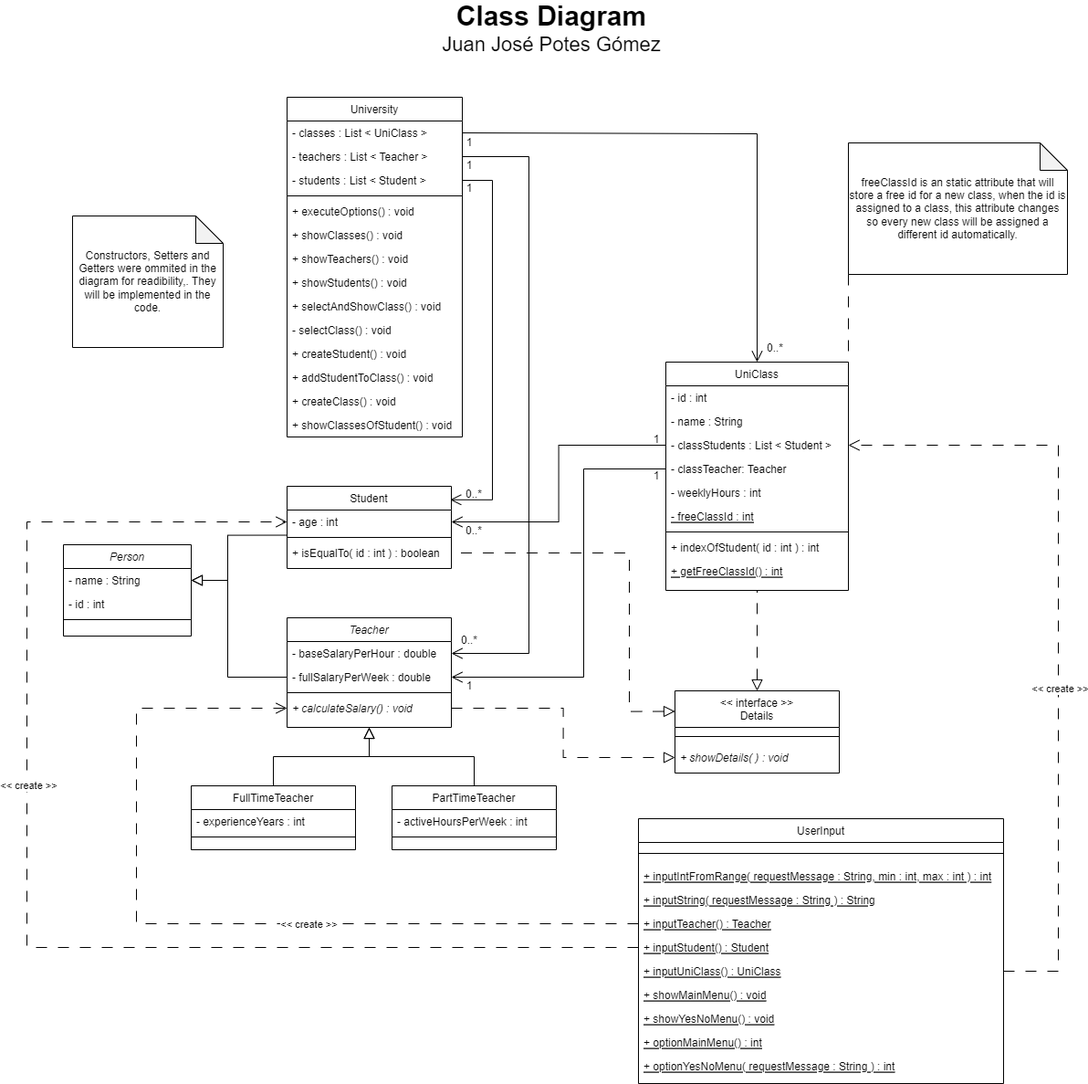
The draw.io diagram ClassDiagram_Juan Potes.png in J-Potes-GLB/JuanPotes_ProjectUniversity, before a commit. Source tidied: cells renumbered, new cells last; positions are measured from the earlier drawing's top-left corner, leaving out a move shared by most shapes.
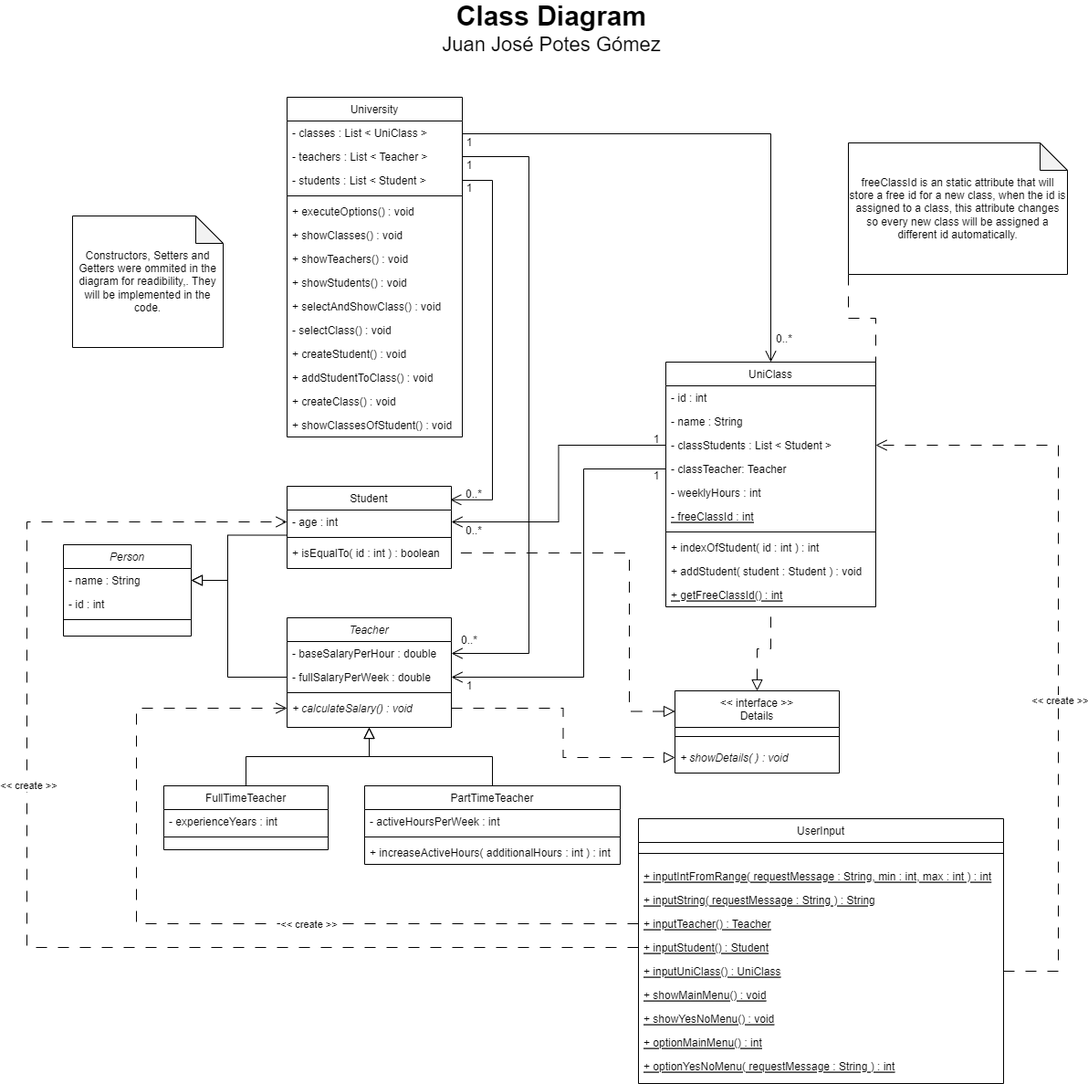
The same diagram one commit later.

Change to the diagram source:
```diff
@@ -1,4 +1,4 @@
-<mxGraphModel>
+<mxGraphModel background="#ffffff">
   <root>
     <mxCell id="0" />
     <mxCell id="1" parent="0" />
@@ -90,7 +90,7 @@
       <mxGeometry relative="1" as="geometry" />
     </mxCell>
     <mxCell id="31" value="FullTimeTeacher" style="swimlane;fontStyle=0;align=center;verticalAlign=top;horizontal=1;startSize=26;rounded=0;shadow=0;strokeWidth=1;" parent="1" vertex="1">
-      <mxGeometry x="180" y="844" width="180" height="70" as="geometry" />
+      <mxGeometry x="150" y="844" width="180" height="70" as="geometry" />
     </mxCell>
     <mxCell id="32" value="- experienceYears : int" style="text;align=left;verticalAlign=top;spacingLeft=4;spacingRight=4;overflow=hidden;" parent="31" vertex="1">
       <mxGeometry y="26" width="180" height="26" as="geometry" />
@@ -99,14 +99,17 @@
       <mxGeometry y="52" width="180" height="8" as="geometry" />
     </mxCell>
     <mxCell id="34" value="PartTimeTeacher" style="swimlane;fontStyle=0;align=center;verticalAlign=top;horizontal=1;startSize=26;rounded=0;shadow=0;strokeWidth=1;" parent="1" vertex="1">
-      <mxGeometry x="400" y="844" width="180" height="70" as="geometry" />
+      <mxGeometry x="370" y="844" width="280" height="86" as="geometry" />
     </mxCell>
     <mxCell id="35" value="- activeHoursPerWeek : int" style="text;align=left;verticalAlign=top;spacingLeft=4;spacingRight=4;overflow=hidden;" parent="34" vertex="1">
-      <mxGeometry y="26" width="180" height="26" as="geometry" />
+      <mxGeometry y="26" width="280" height="26" as="geometry" />
     </mxCell>
     <mxCell id="36" style="line;html=1;strokeWidth=1;align=left;verticalAlign=middle;spacingTop=-1;spacingLeft=3;spacingRight=3;labelPosition=right;" parent="34" vertex="1">
-      <mxGeometry y="52" width="180" height="8" as="geometry" />
+      <mxGeometry y="52" width="280" height="8" as="geometry" />
     </mxCell>
+    <mxCell id="93" value="+ increaseActiveHours( additionalHours : int ) : int" style="text;align=left;verticalAlign=top;spacingLeft=4;spacingRight=4;overflow=hidden;" parent="34" vertex="1">
+      <mxGeometry y="60" width="280" height="26" as="geometry" />
+    </mxCell>
     <mxCell id="37" style="edgeStyle=orthogonalEdgeStyle;rounded=0;jettySize=auto;html=1;endArrow=block;endFill=0;endSize=10;exitX=0.5;exitY=0;exitDx=0;exitDy=0;entryX=0.5;entryY=1;entryDx=0;entryDy=0;" parent="1" edge="1" source="34" target="10">
       <mxGeometry relative="1" as="geometry" />
     </mxCell>
@@ -143,40 +146,43 @@
       </mxGeometry>
     </mxCell>
     <mxCell id="42" value="UniClass" style="swimlane;fontStyle=0;align=center;verticalAlign=top;horizontal=1;startSize=26;rounded=0;shadow=0;strokeWidth=1;" parent="1" vertex="1">
-      <mxGeometry x="700" y="380" width="200" height="250" as="geometry" />
+      <mxGeometry x="700" y="380" width="230" height="268" as="geometry" />
     </mxCell>
     <mxCell id="43" value="- id : int" style="text;align=left;verticalAlign=top;spacingLeft=4;spacingRight=4;overflow=hidden;rounded=0;shadow=0;html=0;" parent="42" vertex="1">
-      <mxGeometry y="26" width="200" height="26" as="geometry" />
+      <mxGeometry y="26" width="230" height="26" as="geometry" />
     </mxCell>
     <mxCell id="44" value="- name : String" style="text;align=left;verticalAlign=top;spacingLeft=4;spacingRight=4;overflow=hidden;rounded=0;shadow=0;html=0;" parent="42" vertex="1">
-      <mxGeometry y="52" width="200" height="26" as="geometry" />
+      <mxGeometry y="52" width="230" height="26" as="geometry" />
     </mxCell>
     <mxCell id="45" value="- classStudents : List &lt; Student &gt;" style="text;align=left;verticalAlign=top;spacingLeft=4;spacingRight=4;overflow=hidden;points=[[0,0.5],[1,0.5]];portConstraint=eastwest;rounded=0;shadow=0;html=0;" parent="42" vertex="1">
-      <mxGeometry y="78" width="200" height="26" as="geometry" />
+      <mxGeometry y="78" width="230" height="26" as="geometry" />
     </mxCell>
     <mxCell id="46" value="- classTeacher: Teacher" style="text;align=left;verticalAlign=top;spacingLeft=4;spacingRight=4;overflow=hidden;points=[[0,0.5],[1,0.5]];portConstraint=eastwest;" parent="42" vertex="1">
-      <mxGeometry y="104" width="200" height="26" as="geometry" />
+      <mxGeometry y="104" width="230" height="26" as="geometry" />
     </mxCell>
     <mxCell id="47" value="- weeklyHours : int" style="text;align=left;verticalAlign=top;spacingLeft=4;spacingRight=4;overflow=hidden;rounded=0;shadow=0;html=0;" parent="42" vertex="1">
-      <mxGeometry y="130" width="200" height="26" as="geometry" />
+      <mxGeometry y="130" width="230" height="26" as="geometry" />
     </mxCell>
     <mxCell id="48" value="- freeClassId : int" style="text;align=left;verticalAlign=top;spacingLeft=4;spacingRight=4;overflow=hidden;rounded=0;shadow=0;html=0;fontStyle=4;" parent="42" vertex="1">
-      <mxGeometry y="156" width="200" height="26" as="geometry" />
+      <mxGeometry y="156" width="230" height="26" as="geometry" />
     </mxCell>
     <mxCell id="49" style="line;html=1;strokeWidth=1;align=left;verticalAlign=middle;spacingTop=-1;spacingLeft=3;spacingRight=3;labelPosition=right;" parent="42" vertex="1">
-      <mxGeometry y="182" width="200" height="8" as="geometry" />
+      <mxGeometry y="182" width="230" height="8" as="geometry" />
     </mxCell>
     <mxCell id="50" value="+ indexOfStudent( id : int ) : int" style="text;align=left;verticalAlign=top;spacingLeft=4;spacingRight=4;overflow=hidden;" parent="42" vertex="1">
-      <mxGeometry y="190" width="200" height="26" as="geometry" />
+      <mxGeometry y="190" width="230" height="26" as="geometry" />
     </mxCell>
+    <mxCell id="94" value="+ addStudent( student : Student ) : void" style="text;align=left;verticalAlign=top;spacingLeft=4;spacingRight=4;overflow=hidden;" parent="42" vertex="1">
+      <mxGeometry y="216" width="230" height="26" as="geometry" />
+    </mxCell>
     <mxCell id="51" value="+ getFreeClassId() : int" style="text;align=left;verticalAlign=top;spacingLeft=4;spacingRight=4;overflow=hidden;fontStyle=4;" parent="42" vertex="1">
-      <mxGeometry y="216" width="200" height="26" as="geometry" />
+      <mxGeometry y="242" width="230" height="26" as="geometry" />
     </mxCell>
     <mxCell id="52" style="edgeStyle=orthogonalEdgeStyle;rounded=0;jettySize=auto;html=1;exitX=1;exitY=0.5;exitDx=0;exitDy=0;endSize=10;endArrow=open;endFill=0;entryX=0.5;entryY=0;entryDx=0;entryDy=0;" parent="1" edge="1" source="16" target="42">
       <mxGeometry relative="1" as="geometry">
         <Array as="points">
           <mxPoint x="477" y="130" />
-          <mxPoint x="800" y="130" />
+          <mxPoint x="815" y="130" />
         </Array>
       </mxGeometry>
     </mxCell>
@@ -314,7 +320,7 @@
       <mxGeometry x="465" y="670" width="40" height="30" as="geometry" />
     </mxCell>
     <mxCell id="89" value="0..*" style="text;strokeColor=none;align=center;fillColor=none;html=1;verticalAlign=middle;whiteSpace=wrap;rounded=0;" parent="1" vertex="1">
-      <mxGeometry x="800" y="350" width="40" height="30" as="geometry" />
+      <mxGeometry x="810" y="340" width="40" height="30" as="geometry" />
     </mxCell>
     <mxCell id="90" style="edgeStyle=orthogonalEdgeStyle;rounded=0;jettySize=auto;html=1;exitX=0;exitY=1;exitDx=0;exitDy=0;exitPerimeter=0;entryX=1;entryY=0;entryDx=0;entryDy=0;endArrow=none;endFill=0;dashed=1;dashPattern=12 12;" parent="1" edge="1" source="91" target="42">
       <mxGeometry relative="1" as="geometry" />
```
